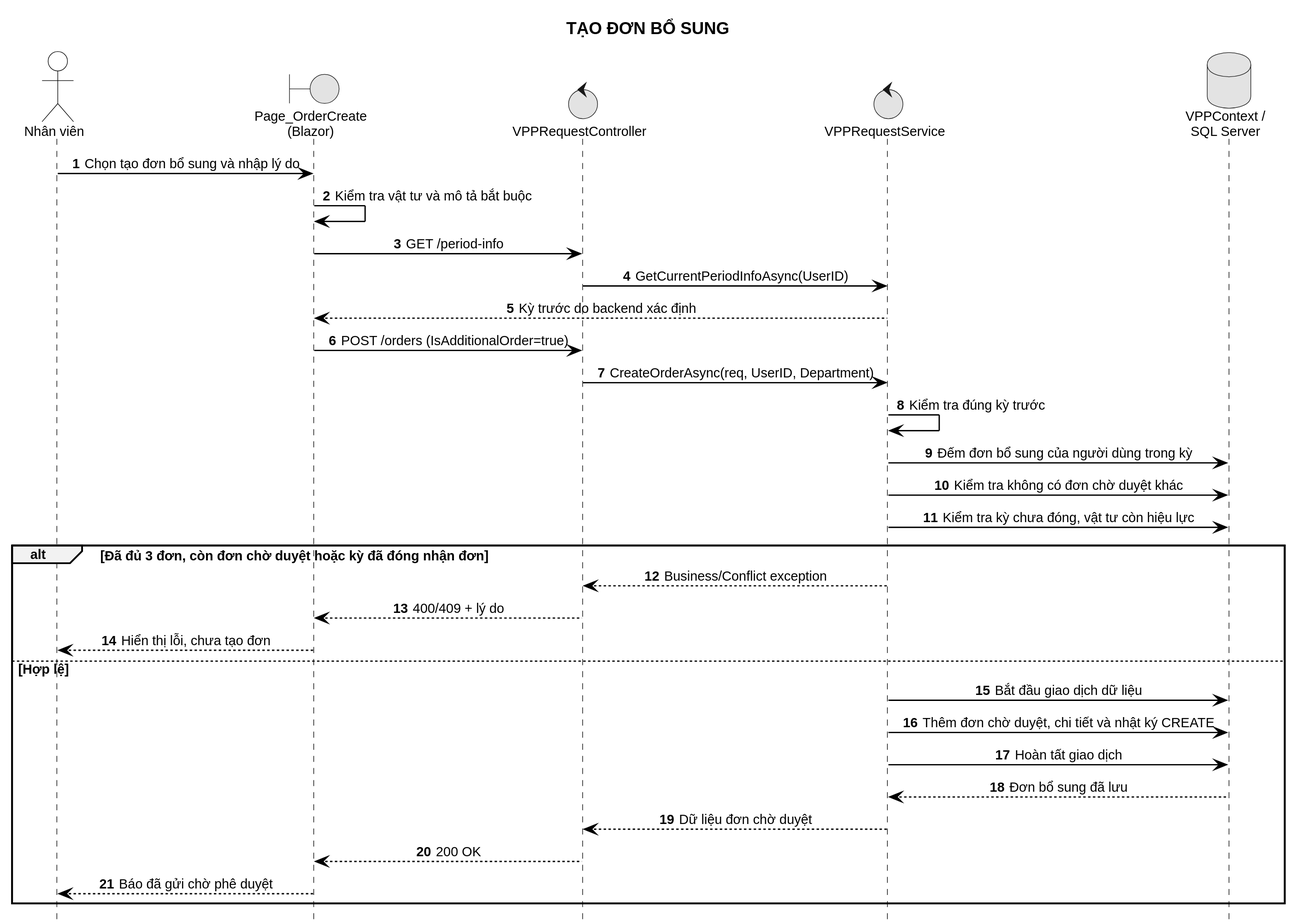
Earlier version of the PlantUML export LVTN/diagrams/ch03/sequence-create-additional-request.svg (Miikey24s/gtas_vpp).
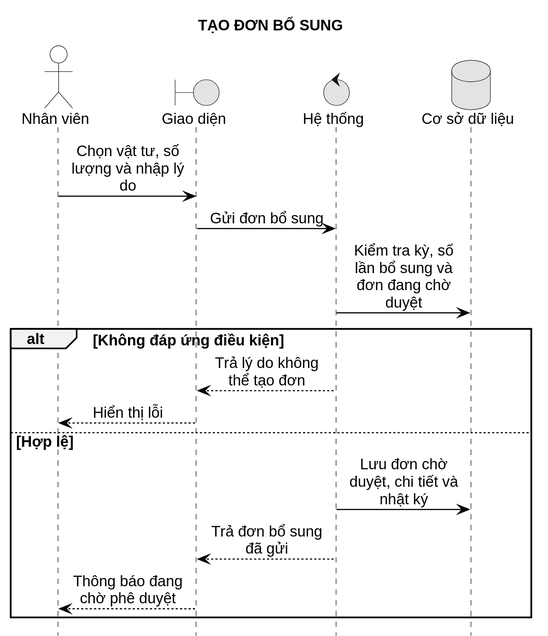
The same file after the commit.

What changed in the source:
```diff
@@ -3,34 +3,20 @@
 title TẠO ĐƠN BỔ SUNG
 
 actor "Nhân viên" as User
-boundary "Page_OrderCreate\n(Blazor)" as FE
-control "VPPRequestController" as API
-control "VPPRequestService" as Service
-database "VPPContext /\nSQL Server" as DB
+boundary "Giao diện" as UI
+control "Hệ thống" as System
+database "Cơ sở dữ liệu" as DB
 
-User -> FE : Chọn tạo đơn bổ sung và nhập lý do
-FE -> FE : Kiểm tra vật tư và mô tả bắt buộc
-FE -> API : GET /period-info
-API -> Service : GetCurrentPeriodInfoAsync(UserID)
-Service --> FE : Kỳ trước do backend xác định
-FE -> API : POST /orders (IsAdditionalOrder=true)
-API -> Service : CreateOrderAsync(req, UserID, Department)
-Service -> Service : Kiểm tra đúng kỳ trước
-Service -> DB : Đếm đơn bổ sung của người dùng trong kỳ
-Service -> DB : Kiểm tra không có đơn chờ duyệt khác
-Service -> DB : Kiểm tra kỳ chưa đóng, vật tư còn hiệu lực
+User -> UI : Chọn vật tư, số lượng và nhập lý do
+UI -> System : Gửi đơn bổ sung
+System -> DB : Kiểm tra kỳ, số lần bổ sung và đơn đang chờ duyệt
 
-alt Đã đủ 3 đơn, còn đơn chờ duyệt hoặc kỳ đã đóng nhận đơn
-  Service --> API : Business/Conflict exception
-  API --> FE : 400/409 + lý do
-  FE --> User : Hiển thị lỗi, chưa tạo đơn
+alt Không đáp ứng điều kiện
+  System --> UI : Trả lý do không thể tạo đơn
+  UI --> User : Hiển thị lỗi
 else Hợp lệ
-  Service -> DB : Bắt đầu giao dịch dữ liệu
-  Service -> DB : Thêm đơn chờ duyệt, chi tiết và nhật ký CREATE
-  Service -> DB : Hoàn tất giao dịch
-  DB --> Service : Đơn bổ sung đã lưu
-  Service --> API : Dữ liệu đơn chờ duyệt
-  API --> FE : 200 OK
-  FE --> User : Báo đã gửi chờ phê duyệt
+  System -> DB : Lưu đơn chờ duyệt, chi tiết và nhật ký
+  System --> UI : Trả đơn bổ sung đã gửi
+  UI --> User : Thông báo đang chờ phê duyệt
 end
 @enduml
```
